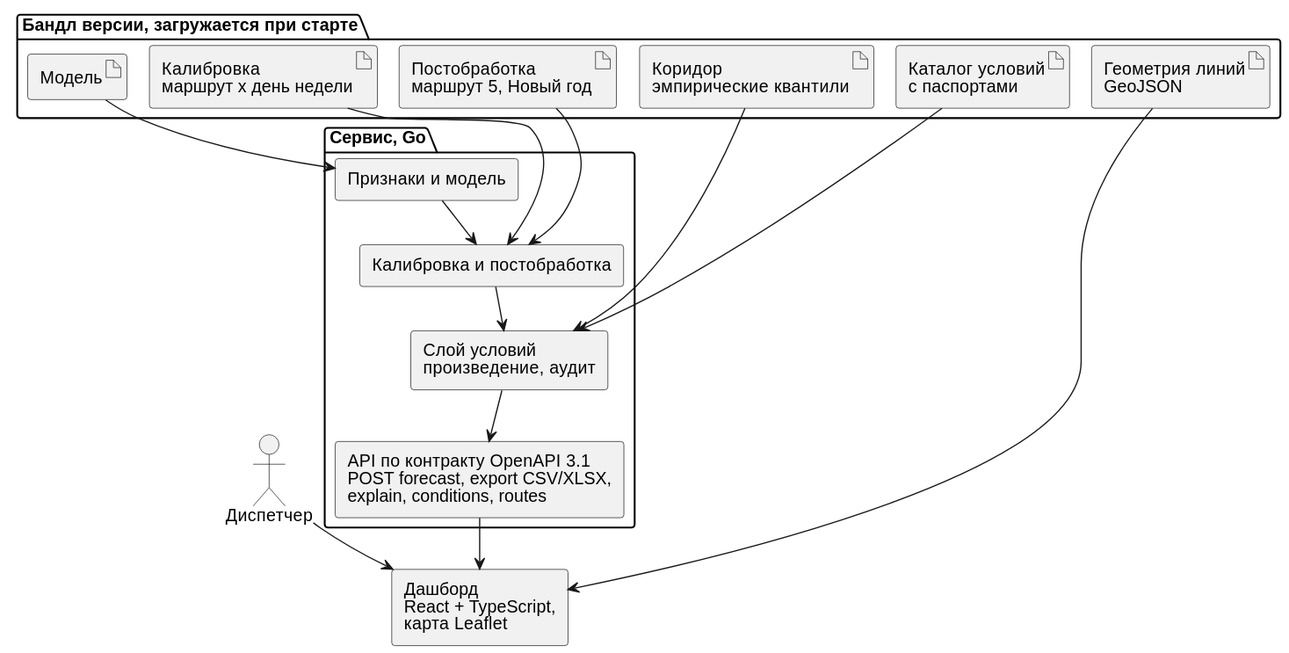
Earlier version of the PlantUML export final/docs/img/diagram-target-architecture.svg (George573/trans_predicting).
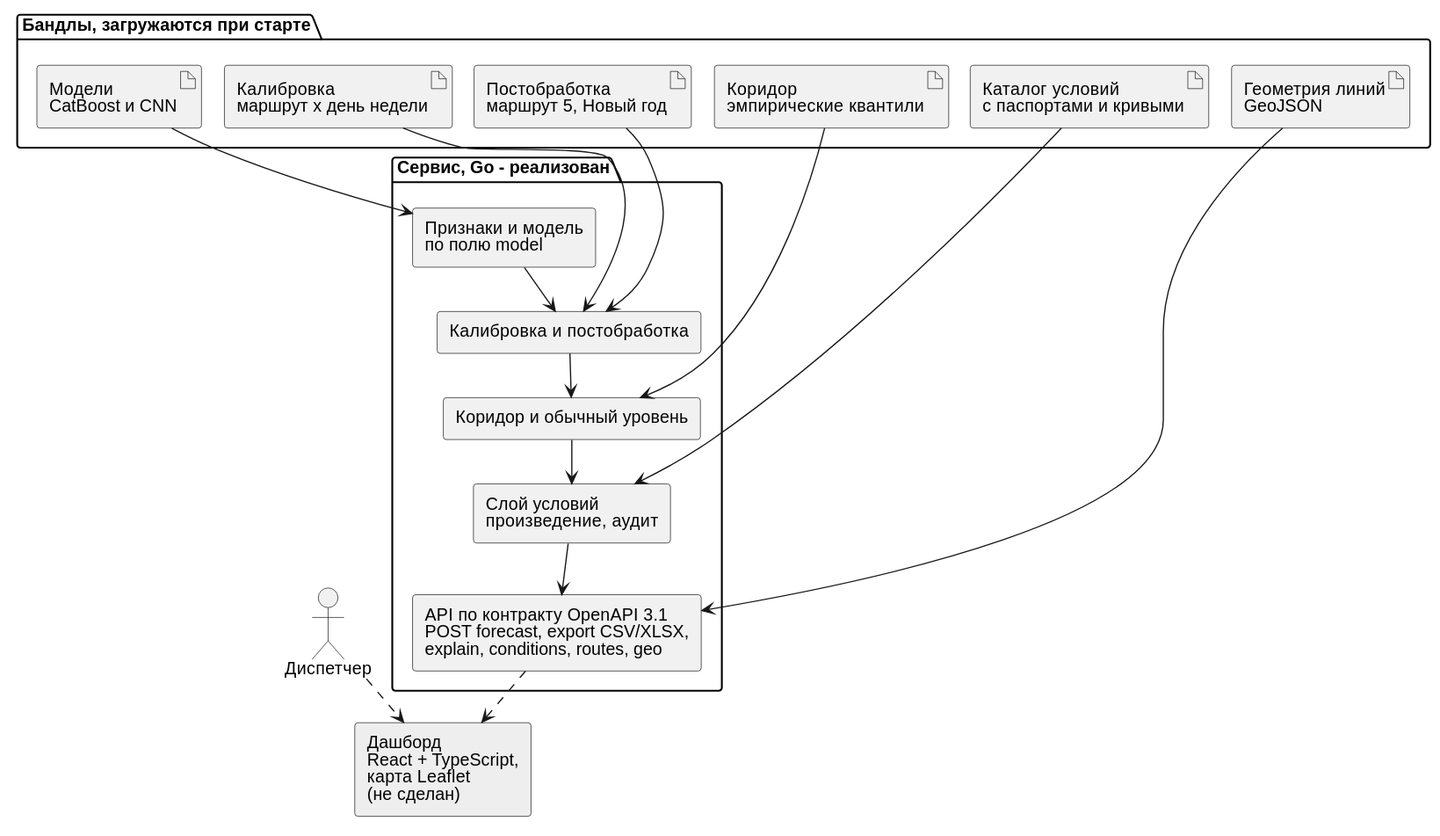
The same diagram one commit later.

Commit message:
docs: redrew the service diagrams for the two-model API

Diff of the diagram source:
```diff
@@ -4,30 +4,32 @@
 skinparam shadowing false
 skinparam defaultFontName Helvetica
 actor "Диспетчер" as user
-package "Бандл версии, загружается при старте" {
-  artifact "Модель" as m
+package "Бандлы, загружаются при старте" {
+  artifact "Модели\nCatBoost и CNN" as m
   artifact "Калибровка\nмаршрут x день недели" as cal
   artifact "Коридор\nэмпирические квантили" as cor
   artifact "Постобработка\nмаршрут 5, Новый год" as pp
-  artifact "Каталог условий\nс паспортами" as cond
+  artifact "Каталог условий\nс паспортами и кривыми" as cond
   artifact "Геометрия линий\nGeoJSON" as geo
 }
-package "Сервис, Go" {
-  [Признаки и модель] as model
+package "Сервис, Go - реализован" {
+  [Признаки и модель\nпо полю model] as model
   [Калибровка и постобработка] as post
+  [Коридор и обычный уровень] as corr
   [Слой условий\nпроизведение, аудит] as layer
-  [API по контракту OpenAPI 3.1\nPOST forecast, export CSV/XLSX,\nexplain, conditions, routes] as api
+  [API по контракту OpenAPI 3.1\nPOST forecast, export CSV/XLSX,\nexplain, conditions, routes, geo] as api
 }
-[Дашборд\nReact + TypeScript,\nкарта Leaflet] as ui
+[Дашборд\nReact + TypeScript,\nкарта Leaflet\n(не сделан)] as ui #EEEEEE
 m --> model
 cal --> post
 pp --> post
+cor --> corr
 cond --> layer
-cor --> layer
 model --> post
-post --> layer
+post --> corr
+corr --> layer
 layer --> api
-api --> ui
-geo --> ui
-user --> ui
+geo --> api
+api ..> ui
+user ..> ui
 @enduml
```
